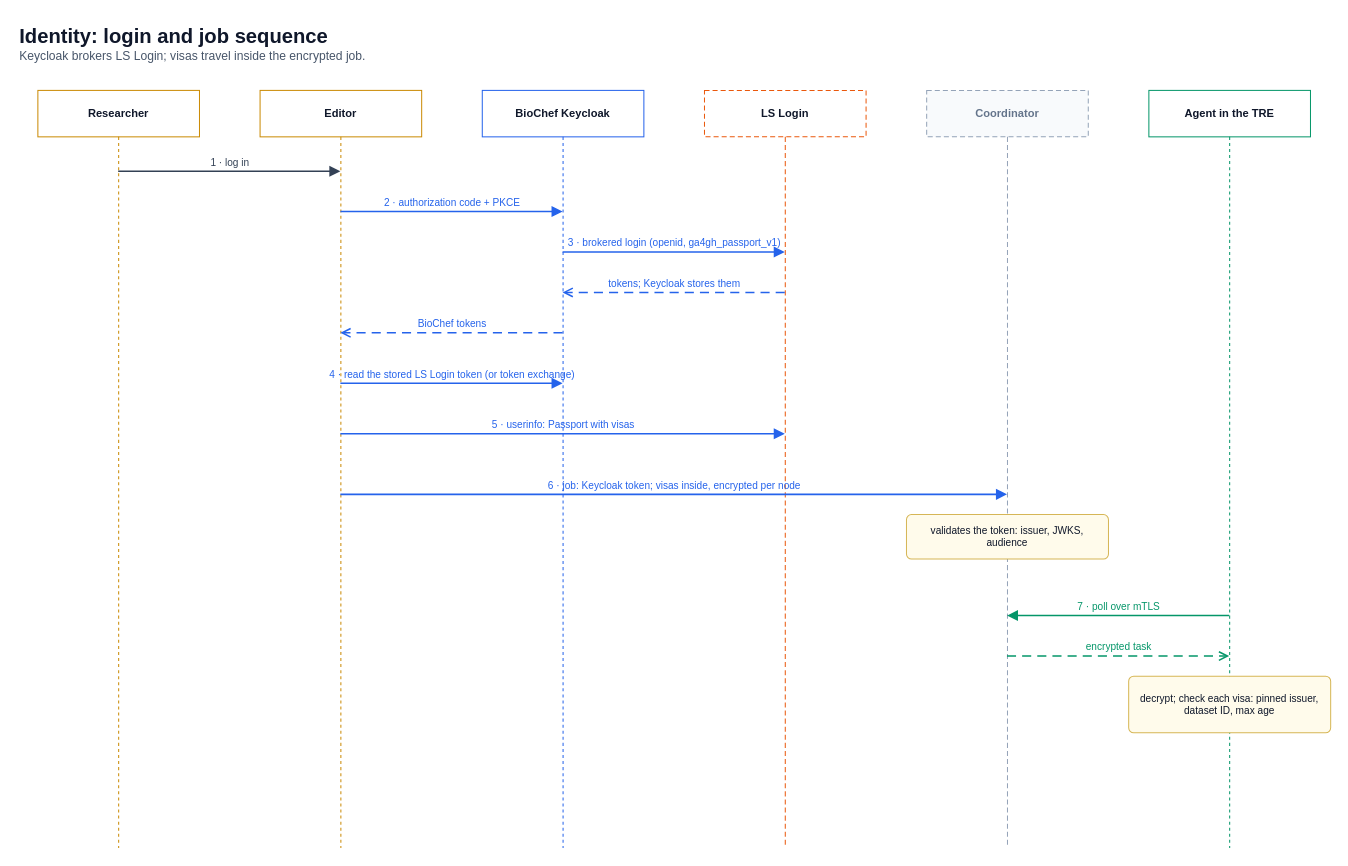
Above: page "Login sequence" (2 of 2) of docs/diagrams/06-identity-keycloak.drawio in ieeta-pt/biochef-infra (draw.io), before the change. Source tidied: cells renumbered, new cells numbered last; positions are measured from the earlier drawing's top-left corner, leaving out a move shared by most shapes. Both pictures are drawn from the tidied source at 101%, with x=0, y=0 at pixel (17, 17).
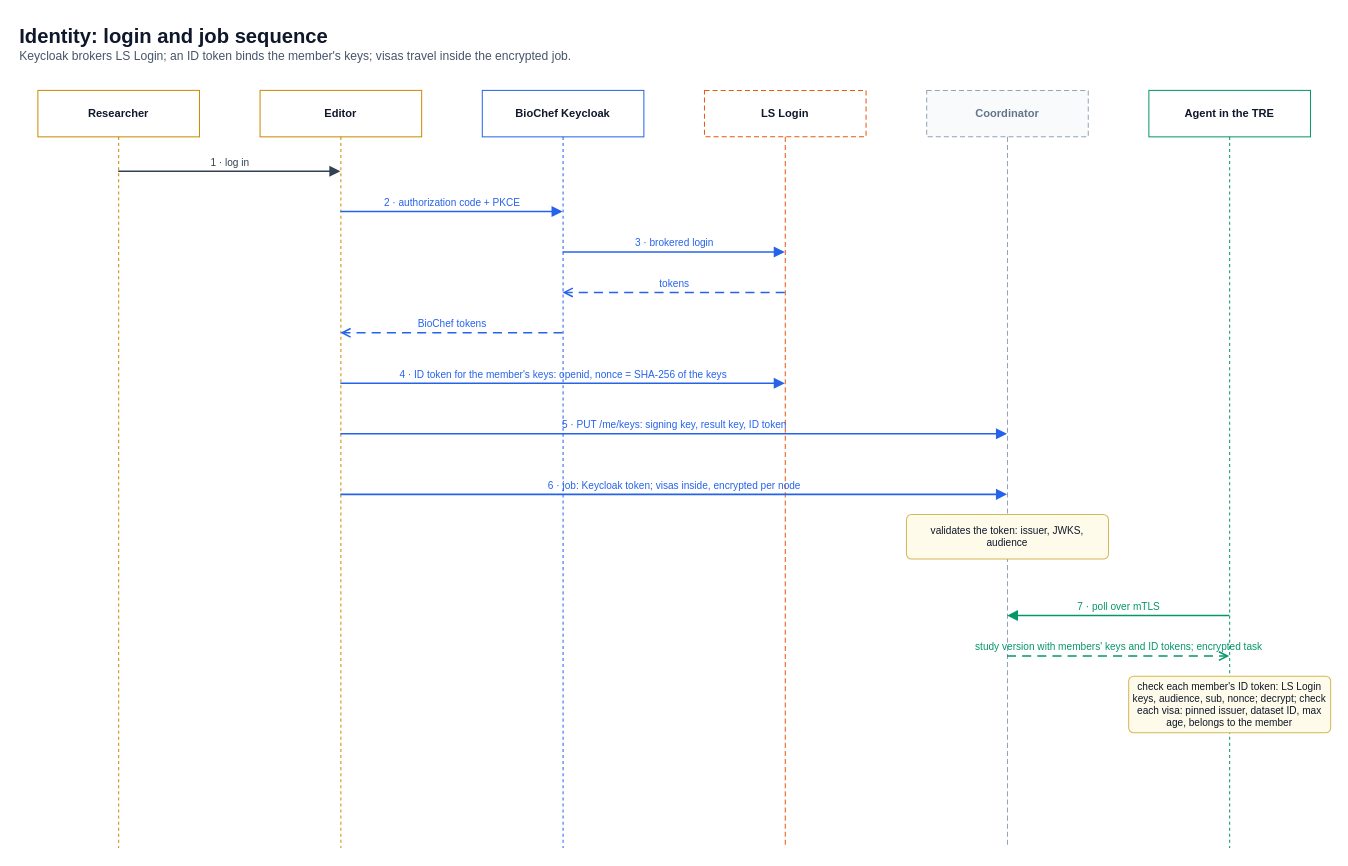
Above is the later version.

The change refers to these unchanged cells:
```xml
<mxCell id="4" value="&lt;b&gt;Editor&lt;/b&gt;" style="html=1;whiteSpace=wrap;fontSize=11;fillColor=#ffffff;strokeColor=#ca8a04;fontColor=#0f172a;align=center;verticalAlign=middle;spacing=4;shape=umlLifeline;perimeter=lifelinePerimeter;outlineConnect=0;size=46;verticalAlign=middle;participant=label;" parent="1" vertex="1">
  <mxGeometry x="240" y="72" width="160" height="750" as="geometry" />
</mxCell>
<mxCell id="5" value="&lt;b&gt;BioChef Keycloak&lt;/b&gt;" style="html=1;whiteSpace=wrap;fontSize=11;fillColor=#ffffff;strokeColor=#2563eb;fontColor=#0f172a;align=center;verticalAlign=middle;spacing=4;shape=umlLifeline;perimeter=lifelinePerimeter;outlineConnect=0;size=46;verticalAlign=middle;participant=label;" parent="1" vertex="1">
  <mxGeometry x="460" y="72" width="160" height="750" as="geometry" />
</mxCell>
<mxCell id="6" value="&lt;b&gt;LS Login&lt;/b&gt;" style="html=1;whiteSpace=wrap;fontSize=11;fillColor=#ffffff;strokeColor=#ea580c;fontColor=#0f172a;align=center;verticalAlign=middle;spacing=4;dashed=1;dashPattern=5 3;shape=umlLifeline;perimeter=lifelinePerimeter;outlineConnect=0;size=46;verticalAlign=middle;participant=label;" parent="1" vertex="1">
  <mxGeometry x="680" y="72" width="160" height="750" as="geometry" />
</mxCell>
<mxCell id="7" value="&lt;b&gt;Coordinator&lt;/b&gt;" style="html=1;whiteSpace=wrap;fontSize=11;fillColor=#f8fafc;strokeColor=#94a3b8;fontColor=#64748b;align=center;verticalAlign=middle;spacing=4;dashed=1;dashPattern=5 3;shape=umlLifeline;perimeter=lifelinePerimeter;outlineConnect=0;size=46;verticalAlign=middle;participant=label;" parent="1" vertex="1">
  <mxGeometry x="900" y="72" width="160" height="750" as="geometry" />
</mxCell>
<mxCell id="8" value="&lt;b&gt;Agent in the TRE&lt;/b&gt;" style="html=1;whiteSpace=wrap;fontSize=11;fillColor=#ffffff;strokeColor=#059669;fontColor=#0f172a;align=center;verticalAlign=middle;spacing=4;shape=umlLifeline;perimeter=lifelinePerimeter;outlineConnect=0;size=46;verticalAlign=middle;participant=label;" parent="1" vertex="1">
  <mxGeometry x="1120" y="72" width="160" height="750" as="geometry" />
</mxCell>
```

Diff of the diagram source:
```diff
@@
-    <mxCell id="2" value="&lt;b style='font-size:20px'&gt;Identity: login and job sequence&lt;/b&gt;&lt;br&gt;&lt;font color='#475569'&gt;Keycloak brokers LS Login; visas travel inside the encrypted job.&lt;/font&gt;" style="text;html=1;whiteSpace=wrap;fontSize=12;align=left;verticalAlign=top;fontColor=#0f172a;spacing=2;" parent="1" vertex="1">
+    <mxCell id="2" value="&lt;b style='font-size:20px'&gt;Identity: login and job sequence&lt;/b&gt;&lt;br&gt;&lt;font color='#475569'&gt;Keycloak brokers LS Login; an ID token binds the member's keys; visas travel inside the encrypted job.&lt;/font&gt;" style="text;html=1;whiteSpace=wrap;fontSize=12;align=left;verticalAlign=top;fontColor=#0f172a;spacing=2;" parent="1" vertex="1">
       <mxGeometry width="1100" height="48" as="geometry" />
     </mxCell>
@@
-    <mxCell id="11" value="3 · brokered login (openid, ga4gh_passport_v1)" style="html=1;rounded=1;fontSize=10;labelBackgroundColor=#ffffff;strokeWidth=1.5;endSize=7;jumpStyle=arc;jumpSize=8;edgeStyle=none;endArrow=block;endFill=1;strokeColor=#2563eb;fontColor=#2563eb;exitX=0.5;exitY=0.2133;exitDx=0;exitDy=0;entryX=0.5;entryY=0.2133;entryDx=0;entryDy=0;verticalAlign=bottom;labelBackgroundColor=none;" parent="1" edge="1" source="5" target="6">
+    <mxCell id="11" value="3 · brokered login" style="html=1;rounded=1;fontSize=10;labelBackgroundColor=#ffffff;strokeWidth=1.5;endSize=7;jumpStyle=arc;jumpSize=8;edgeStyle=none;endArrow=block;endFill=1;strokeColor=#2563eb;fontColor=#2563eb;exitX=0.5;exitY=0.2133;exitDx=0;exitDy=0;entryX=0.5;entryY=0.2133;entryDx=0;entryDy=0;verticalAlign=bottom;labelBackgroundColor=none;" parent="1" edge="1" source="5" target="6">
       <mxGeometry relative="1" as="geometry" />
     </mxCell>
-    <mxCell id="12" value="tokens; Keycloak stores them" style="html=1;rounded=1;fontSize=10;labelBackgroundColor=#ffffff;strokeWidth=1.5;endSize=7;jumpStyle=arc;jumpSize=8;edgeStyle=none;endArrow=open;endFill=0;dashed=1;dashPattern=6 4;strokeColor=#2563eb;fontColor=#2563eb;exitX=0.5;exitY=0.2667;exitDx=0;exitDy=0;entryX=0.5;entryY=0.2667;entryDx=0;entryDy=0;verticalAlign=bottom;labelBackgroundColor=none;" parent="1" edge="1" source="6" target="5">
+    <mxCell id="12" value="tokens" style="html=1;rounded=1;fontSize=10;labelBackgroundColor=#ffffff;strokeWidth=1.5;endSize=7;jumpStyle=arc;jumpSize=8;edgeStyle=none;endArrow=open;endFill=0;dashed=1;dashPattern=6 4;strokeColor=#2563eb;fontColor=#2563eb;exitX=0.5;exitY=0.2667;exitDx=0;exitDy=0;entryX=0.5;entryY=0.2667;entryDx=0;entryDy=0;verticalAlign=bottom;labelBackgroundColor=none;" parent="1" edge="1" source="6" target="5">
       <mxGeometry relative="1" as="geometry" />
     </mxCell>
@@
-    <mxCell id="14" value="4 · read the stored LS Login token (or token exchange)" style="html=1;rounded=1;fontSize=10;labelBackgroundColor=#ffffff;strokeWidth=1.5;endSize=7;jumpStyle=arc;jumpSize=8;edgeStyle=none;endArrow=block;endFill=1;strokeColor=#2563eb;fontColor=#2563eb;exitX=0.5;exitY=0.3867;exitDx=0;exitDy=0;entryX=0.5;entryY=0.3867;entryDx=0;entryDy=0;verticalAlign=bottom;labelBackgroundColor=none;" parent="1" edge="1" source="4" target="5">
+    <mxCell id="14" value="4 · ID token for the member's keys: openid, nonce = SHA-256 of the keys" style="html=1;rounded=1;fontSize=10;labelBackgroundColor=#ffffff;strokeWidth=1.5;endSize=7;jumpStyle=arc;jumpSize=8;edgeStyle=none;endArrow=block;endFill=1;strokeColor=#2563eb;fontColor=#2563eb;exitX=0.5;exitY=0.3867;exitDx=0;exitDy=0;entryX=0.5;entryY=0.3867;entryDx=0;entryDy=0;verticalAlign=bottom;labelBackgroundColor=none;" parent="1" edge="1" source="4" target="6">
       <mxGeometry relative="1" as="geometry" />
     </mxCell>
-    <mxCell id="15" value="5 · userinfo: Passport with visas" style="html=1;rounded=1;fontSize=10;labelBackgroundColor=#ffffff;strokeWidth=1.5;endSize=7;jumpStyle=arc;jumpSize=8;edgeStyle=none;endArrow=block;endFill=1;strokeColor=#2563eb;fontColor=#2563eb;exitX=0.5;exitY=0.4533;exitDx=0;exitDy=0;entryX=0.5;entryY=0.4533;entryDx=0;entryDy=0;verticalAlign=bottom;labelBackgroundColor=none;" parent="1" edge="1" source="4" target="6">
+    <mxCell id="15" value="5 · PUT /me/keys: signing key, result key, ID token" style="html=1;rounded=1;fontSize=10;labelBackgroundColor=#ffffff;strokeWidth=1.5;endSize=7;jumpStyle=arc;jumpSize=8;edgeStyle=none;endArrow=block;endFill=1;strokeColor=#2563eb;fontColor=#2563eb;exitX=0.5;exitY=0.4533;exitDx=0;exitDy=0;entryX=0.5;entryY=0.4533;entryDx=0;entryDy=0;verticalAlign=bottom;labelBackgroundColor=none;" parent="1" edge="1" source="4" target="7">
       <mxGeometry relative="1" as="geometry" />
     </mxCell>
@@
-    <mxCell id="19" value="encrypted task" style="html=1;rounded=1;fontSize=10;labelBackgroundColor=#ffffff;strokeWidth=1.5;endSize=7;jumpStyle=arc;jumpSize=8;edgeStyle=none;endArrow=open;endFill=0;dashed=1;dashPattern=6 4;strokeColor=#059669;fontColor=#059669;exitX=0.5;exitY=0.7467;exitDx=0;exitDy=0;entryX=0.5;entryY=0.7467;entryDx=0;entryDy=0;verticalAlign=bottom;labelBackgroundColor=none;" parent="1" edge="1" source="7" target="8">
+    <mxCell id="19" value="study version with members' keys and ID tokens; encrypted task" style="html=1;rounded=1;fontSize=10;labelBackgroundColor=#ffffff;strokeWidth=1.5;endSize=7;jumpStyle=arc;jumpSize=8;edgeStyle=none;endArrow=open;endFill=0;dashed=1;dashPattern=6 4;strokeColor=#059669;fontColor=#059669;exitX=0.5;exitY=0.7467;exitDx=0;exitDy=0;entryX=0.5;entryY=0.7467;entryDx=0;entryDy=0;verticalAlign=bottom;labelBackgroundColor=none;" parent="1" edge="1" source="7" target="8">
       <mxGeometry relative="1" as="geometry" />
     </mxCell>
-    <mxCell id="20" value="decrypt; check each visa: pinned issuer, dataset ID, max age" style="html=1;whiteSpace=wrap;fontSize=10;fillColor=#fffbeb;strokeColor=#d6b656;fontColor=#0f172a;align=center;verticalAlign=middle;spacing=4;rounded=1;arcSize=10;absoluteArcSize=1;" parent="1" vertex="1">
+    <mxCell id="20" value="check each member's ID token: LS Login keys, audience, sub, nonce; decrypt; check each visa: pinned issuer, dataset ID, max age, belongs to the member" style="html=1;whiteSpace=wrap;fontSize=10;fillColor=#fffbeb;strokeColor=#d6b656;fontColor=#0f172a;align=center;verticalAlign=middle;spacing=4;rounded=1;arcSize=10;absoluteArcSize=1;" parent="1" vertex="1">
       <mxGeometry x="1100" y="652" width="200" height="56" as="geometry" />
     </mxCell>
```
